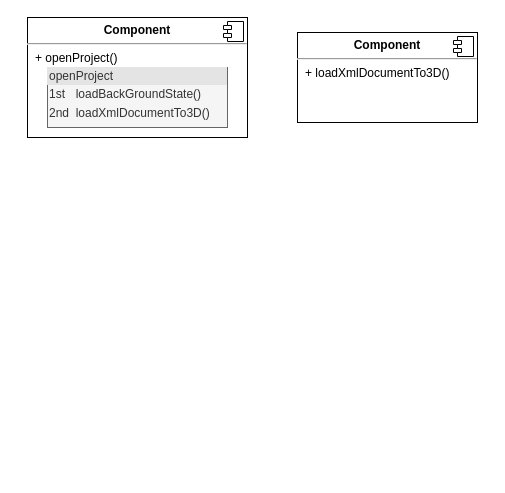
Before: Untitled Diagram.drawio in Toyimo/Jackstin-Cookbook, a draw.io diagram. Source tidied: cells renumbered, new cells numbered last; positions are measured from the earlier drawing's top-left corner, leaving out a move shared by most shapes. Both pictures are drawn from the tidied source at 100%, with x=0, y=0 at pixel (27, 17).
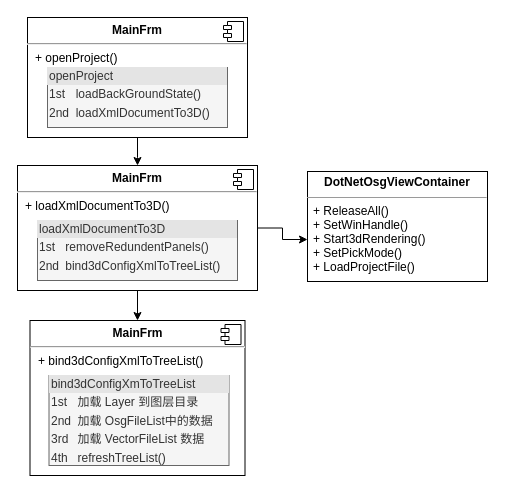
Above is the later version.

The edit, as a diff of the source:
```diff
@@
 <mxGraphModel>
   <root>
     <mxCell id="0" />
     <mxCell id="1" parent="0" />
+    <mxCell id="7" style="edgeStyle=orthogonalEdgeStyle;rounded=0;jettySize=auto;html=1;" parent="1" edge="1" source="2">
+      <mxGeometry relative="1" as="geometry">
+        <mxPoint x="110" y="148" as="targetPoint" />
+      </mxGeometry>
+    </mxCell>
-    <mxCell id="2" value="&lt;p style=&quot;margin: 0px ; margin-top: 6px ; text-align: center&quot;&gt;&lt;b&gt;Component&lt;/b&gt;&lt;/p&gt;&lt;hr&gt;&lt;p style=&quot;margin: 0px ; margin-left: 8px&quot;&gt;+&amp;nbsp;openProject()&lt;br&gt;&lt;br&gt;&lt;/p&gt;" style="align=left;overflow=fill;html=1;" parent="1" vertex="1">
+    <mxCell id="2" value="&lt;p style=&quot;margin: 0px ; margin-top: 6px ; text-align: center&quot;&gt;&lt;b&gt;MainFrm&lt;/b&gt;&lt;/p&gt;&lt;hr&gt;&lt;p style=&quot;margin: 0px ; margin-left: 8px&quot;&gt;+&amp;nbsp;openProject()&lt;br&gt;&lt;br&gt;&lt;/p&gt;" style="align=left;overflow=fill;html=1;" parent="1" vertex="1">
       <mxGeometry width="220" height="120" as="geometry" />
     </mxCell>
     <mxCell id="3" style="shape=component;jettyWidth=8;jettyHeight=4;" parent="2" vertex="1">
       <mxGeometry x="1" width="20" height="20" relative="1" as="geometry">
         <mxPoint x="-24" y="4" as="offset" />
       </mxGeometry>
     </mxCell>
     <mxCell id="4" value="&lt;div style=&quot;box-sizing: border-box ; width: 100% ; background: #e4e4e4 ; padding: 2px&quot;&gt;openProject&lt;/div&gt;&lt;table style=&quot;width: 100% ; font-size: 1em&quot; cellpadding=&quot;2&quot; cellspacing=&quot;0&quot;&gt;&lt;tbody&gt;&lt;tr&gt;&lt;td&gt;1st&lt;/td&gt;&lt;td&gt;loadBackGroundState()&lt;/td&gt;&lt;/tr&gt;&lt;tr&gt;&lt;td&gt;2nd&lt;/td&gt;&lt;td&gt;loadXmlDocumentTo3D()&lt;/td&gt;&lt;/tr&gt;&lt;tr&gt;&lt;td&gt;&lt;/td&gt;&lt;td&gt;&lt;br&gt;&lt;/td&gt;&lt;/tr&gt;&lt;/tbody&gt;&lt;/table&gt;" style="verticalAlign=top;align=left;overflow=fill;html=1;fillColor=#f5f5f5;strokeColor=#666666;fontColor=#333333;" parent="1" vertex="1">
       <mxGeometry x="20" y="50" width="180" height="60" as="geometry" />
     </mxCell>
+    <mxCell id="8" style="edgeStyle=orthogonalEdgeStyle;rounded=0;jettySize=auto;html=1;exitX=1;exitY=0.5;exitDx=0;exitDy=0;" parent="1" edge="1" source="5" target="12">
+      <mxGeometry relative="1" as="geometry" />
+    </mxCell>
+    <mxCell id="9" style="edgeStyle=orthogonalEdgeStyle;rounded=0;jettySize=auto;html=1;exitX=0.5;exitY=1;exitDx=0;exitDy=0;entryX=0.5;entryY=0;entryDx=0;entryDy=0;" parent="1" edge="1" source="5" target="13">
+      <mxGeometry relative="1" as="geometry" />
+    </mxCell>
-    <mxCell id="5" value="&lt;p style=&quot;margin: 0px ; margin-top: 6px ; text-align: center&quot;&gt;&lt;b&gt;Component&lt;/b&gt;&lt;/p&gt;&lt;hr&gt;&lt;p style=&quot;margin: 0px ; margin-left: 8px&quot;&gt;+ loadXmlDocumentTo3D()&lt;br&gt;&lt;/p&gt;" style="align=left;overflow=fill;html=1;" parent="1" vertex="1">
-      <mxGeometry x="270" y="15" width="180" height="90" as="geometry" />
+    <mxCell id="5" value="&lt;p style=&quot;margin: 0px ; margin-top: 6px ; text-align: center&quot;&gt;&lt;b&gt;MainFrm&lt;/b&gt;&lt;/p&gt;&lt;hr&gt;&lt;p style=&quot;margin: 0px ; margin-left: 8px&quot;&gt;+ loadXmlDocumentTo3D()&lt;br&gt;&lt;/p&gt;" style="align=left;overflow=fill;html=1;" parent="1" vertex="1">
+      <mxGeometry x="-10" y="148" width="240" height="125" as="geometry" />
     </mxCell>
     <mxCell id="6" style="shape=component;jettyWidth=8;jettyHeight=4;" parent="5" vertex="1">
       <mxGeometry x="1" width="20" height="20" relative="1" as="geometry">
         <mxPoint x="-24" y="4" as="offset" />
       </mxGeometry>
     </mxCell>
+    <mxCell id="10" value="&lt;div style=&quot;box-sizing: border-box ; width: 100% ; background: #e4e4e4 ; padding: 2px&quot;&gt;loadXmlDocumentTo3D&lt;/div&gt;&lt;table style=&quot;width: 100% ; font-size: 1em&quot; cellpadding=&quot;2&quot; cellspacing=&quot;0&quot;&gt;&lt;tbody&gt;&lt;tr&gt;&lt;td&gt;1st&lt;/td&gt;&lt;td&gt;removeRedundentPanels()&lt;/td&gt;&lt;/tr&gt;&lt;tr&gt;&lt;td&gt;2nd&lt;/td&gt;&lt;td&gt;bind3dConfigXmlToTreeList()&lt;/td&gt;&lt;/tr&gt;&lt;tr&gt;&lt;td&gt;&lt;/td&gt;&lt;td&gt;&lt;br&gt;&lt;/td&gt;&lt;/tr&gt;&lt;/tbody&gt;&lt;/table&gt;" style="verticalAlign=top;align=left;overflow=fill;html=1;fillColor=#f5f5f5;strokeColor=#666666;fontColor=#333333;" parent="1" vertex="1">
+      <mxGeometry x="10" y="203" width="200" height="60" as="geometry" />
+    </mxCell>
+    <mxCell id="11" value="&lt;p style=&quot;margin: 0px ; margin-top: 4px ; text-align: center&quot;&gt;&lt;b&gt;DotNetOsgViewContainer&lt;/b&gt;&lt;/p&gt;&lt;div style=&quot;height: 2px&quot;&gt;&lt;/div&gt;&lt;hr size=&quot;1&quot;&gt;&lt;div style=&quot;height: 2px&quot;&gt;&lt;/div&gt;" style="verticalAlign=top;align=left;overflow=fill;fontSize=12;fontFamily=Helvetica;html=1;" parent="1" vertex="1">
+      <mxGeometry x="280" y="154" width="180" height="110" as="geometry" />
+    </mxCell>
+    <mxCell id="12" value="+ ReleaseAll()&#10;+ SetWinHandle()&#10;+ Start3dRendering()&#10;+ SetPickMode()&#10;+ LoadProjectFile()&#10;" style="text;strokeColor=none;fillColor=none;align=left;verticalAlign=top;spacingLeft=4;spacingRight=4;overflow=hidden;points=[[0,0.5],[1,0.5]];portConstraint=eastwest;" parent="1" vertex="1">
+      <mxGeometry x="280" y="180" width="180" height="84" as="geometry" />
+    </mxCell>
+    <mxCell id="13" value="&lt;p style=&quot;margin: 0px ; margin-top: 6px ; text-align: center&quot;&gt;&lt;b&gt;MainFrm&lt;/b&gt;&lt;/p&gt;&lt;hr&gt;&lt;p style=&quot;margin: 0px ; margin-left: 8px&quot;&gt;+ bind3dConfigXmlToTreeList()&lt;br&gt;&lt;/p&gt;" style="align=left;overflow=fill;html=1;" parent="1" vertex="1">
+      <mxGeometry x="2.5" y="303" width="215" height="155" as="geometry" />
+    </mxCell>
+    <mxCell id="14" style="shape=component;jettyWidth=8;jettyHeight=4;" parent="13" vertex="1">
+      <mxGeometry x="1" width="20" height="20" relative="1" as="geometry">
+        <mxPoint x="-24" y="4" as="offset" />
+      </mxGeometry>
+    </mxCell>
+    <mxCell id="15" value="&lt;div style=&quot;box-sizing: border-box ; width: 100% ; background: #e4e4e4 ; padding: 2px&quot;&gt;bind3dConfigXmToTreeList&lt;/div&gt;&lt;table style=&quot;width: 100% ; font-size: 1em&quot; cellpadding=&quot;2&quot; cellspacing=&quot;0&quot;&gt;&lt;tbody&gt;&lt;tr&gt;&lt;td&gt;1st&lt;/td&gt;&lt;td&gt;加载 Layer&amp;nbsp;到图层目录&lt;/td&gt;&lt;/tr&gt;&lt;tr&gt;&lt;td&gt;2nd&lt;/td&gt;&lt;td&gt;加载 OsgFileList中的数据&lt;br&gt;&lt;/td&gt;&lt;/tr&gt;&lt;tr&gt;&lt;td&gt;3rd&lt;/td&gt;&lt;td&gt;加载 VectorFileList&amp;nbsp;数据&lt;/td&gt;&lt;/tr&gt;&lt;tr&gt;&lt;td&gt;4th&lt;/td&gt;&lt;td&gt;refreshTreeList()&lt;br&gt;&lt;/td&gt;&lt;/tr&gt;&lt;/tbody&gt;&lt;/table&gt;" style="verticalAlign=top;align=left;overflow=fill;html=1;fillColor=#f5f5f5;strokeColor=#666666;fontColor=#333333;" parent="1" vertex="1">
+      <mxGeometry x="21.5" y="358" width="180" height="90" as="geometry" />
+    </mxCell>
   </root>
 </mxGraphModel>
```
